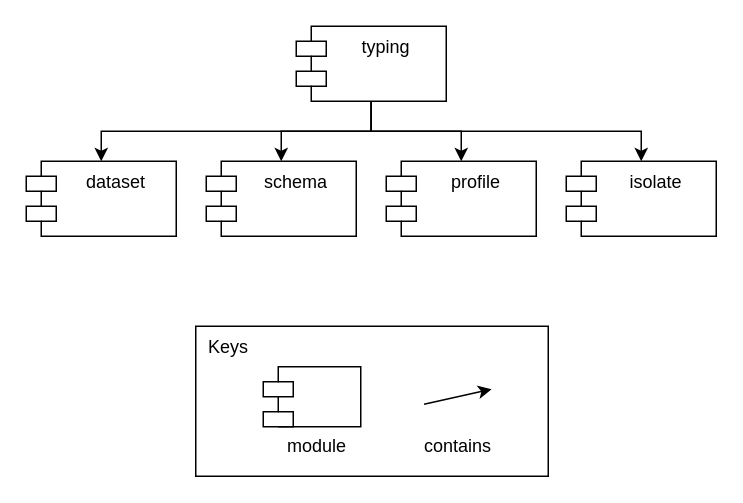
The draw.io diagram wiki/draw.io/phylodb/decomposition-typing.drawio in phyloviz/phyloDB, before the edit. Source tidied: cells renumbered, new cells numbered last; positions are measured from the earlier drawing's top-left corner, leaving out a move shared by most shapes. Both pictures are drawn from the tidied source at 150%, with x=0, y=0 at pixel (26, 26).
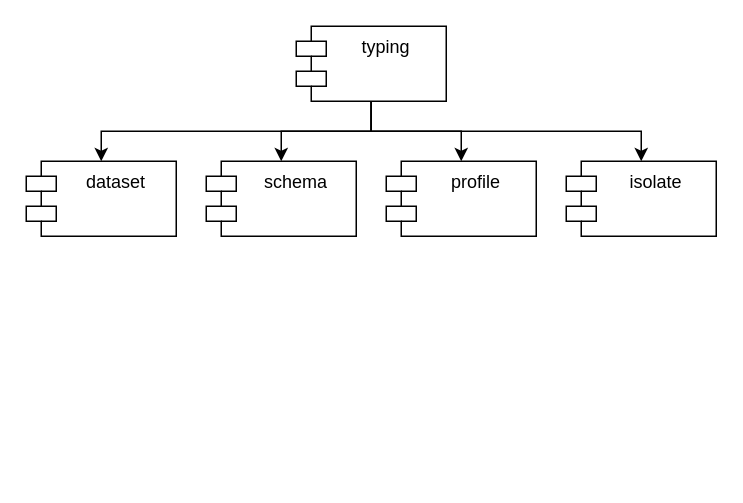
The same diagram, later.

Change to the diagram source:
```diff
@@
 <mxGraphModel>
   <root>
     <mxCell id="0" />
     <mxCell id="1" parent="0" />
     <mxCell id="2" style="edgeStyle=orthogonalEdgeStyle;rounded=0;jettySize=auto;html=1;exitX=0.5;exitY=1;exitDx=0;exitDy=0;entryX=0.5;entryY=0;entryDx=0;entryDy=0;" parent="1" edge="1" source="6" target="7">
       <mxGeometry relative="1" as="geometry" />
     </mxCell>
     <mxCell id="3" style="edgeStyle=orthogonalEdgeStyle;rounded=0;jettySize=auto;html=1;exitX=0.5;exitY=1;exitDx=0;exitDy=0;entryX=0.5;entryY=0;entryDx=0;entryDy=0;" parent="1" edge="1" source="6" target="8">
       <mxGeometry relative="1" as="geometry" />
     </mxCell>
     <mxCell id="4" style="edgeStyle=orthogonalEdgeStyle;rounded=0;jettySize=auto;html=1;exitX=0.5;exitY=1;exitDx=0;exitDy=0;entryX=0.5;entryY=0;entryDx=0;entryDy=0;" parent="1" edge="1" source="6" target="10">
       <mxGeometry relative="1" as="geometry" />
     </mxCell>
     <mxCell id="5" style="edgeStyle=orthogonalEdgeStyle;rounded=0;jettySize=auto;html=1;exitX=0.5;exitY=1;exitDx=0;exitDy=0;entryX=0.5;entryY=0;entryDx=0;entryDy=0;" parent="1" edge="1" source="6" target="9">
       <mxGeometry relative="1" as="geometry" />
     </mxCell>
     <mxCell id="6" value="typing" style="shape=module;align=left;spacingLeft=20;align=center;verticalAlign=top;" parent="1" vertex="1">
       <mxGeometry x="180" width="100" height="50" as="geometry" />
     </mxCell>
     <mxCell id="7" value="profile" style="shape=module;align=left;spacingLeft=20;align=center;verticalAlign=top;" parent="1" vertex="1">
       <mxGeometry x="240" y="90" width="100" height="50" as="geometry" />
     </mxCell>
     <mxCell id="8" value="schema" style="shape=module;align=left;spacingLeft=20;align=center;verticalAlign=top;" parent="1" vertex="1">
       <mxGeometry x="120" y="90" width="100" height="50" as="geometry" />
     </mxCell>
     <mxCell id="9" value="dataset" style="shape=module;align=left;spacingLeft=20;align=center;verticalAlign=top;" parent="1" vertex="1">
       <mxGeometry y="90" width="100" height="50" as="geometry" />
     </mxCell>
     <mxCell id="10" value="isolate" style="shape=module;align=left;spacingLeft=20;align=center;verticalAlign=top;" parent="1" vertex="1">
       <mxGeometry x="360" y="90" width="100" height="50" as="geometry" />
     </mxCell>
-    <mxCell id="11" style="group;" parent="1" vertex="1">
-      <mxGeometry x="113" y="200" width="235" height="100" as="geometry" />
-    </mxCell>
-    <mxCell id="12" value="&amp;nbsp; Keys" style="rounded=0;whiteSpace=wrap;html=1;align=left;verticalAlign=top;" parent="11" vertex="1">
-      <mxGeometry width="235" height="100" as="geometry" />
-    </mxCell>
-    <mxCell id="13" style="endArrow=classic;html=1;exitX=1;exitY=0.5;exitDx=0;exitDy=0;startArrow=none;startFill=0;endFill=1;" parent="11" edge="1">
-      <mxGeometry relative="1" as="geometry">
-        <mxPoint x="152.2" y="52" as="sourcePoint" />
-        <mxPoint x="197.2" y="42" as="targetPoint" />
-      </mxGeometry>
-    </mxCell>
-    <mxCell id="14" value="contains" style="text;html=1;strokeColor=none;fillColor=none;align=center;verticalAlign=middle;whiteSpace=wrap;rounded=0;" parent="11" vertex="1">
-      <mxGeometry x="145" y="70" width="59.5" height="20" as="geometry" />
-    </mxCell>
-    <mxCell id="15" style="shape=module;align=left;spacingLeft=20;align=center;verticalAlign=top;" parent="11" vertex="1">
-      <mxGeometry x="45" y="27" width="65" height="40" as="geometry" />
-    </mxCell>
-    <mxCell id="16" value="module" style="text;html=1;strokeColor=none;fillColor=none;align=center;verticalAlign=middle;whiteSpace=wrap;rounded=0;" parent="11" vertex="1">
-      <mxGeometry x="50.5" y="70" width="59.5" height="20" as="geometry" />
-    </mxCell>
   </root>
 </mxGraphModel>
```
